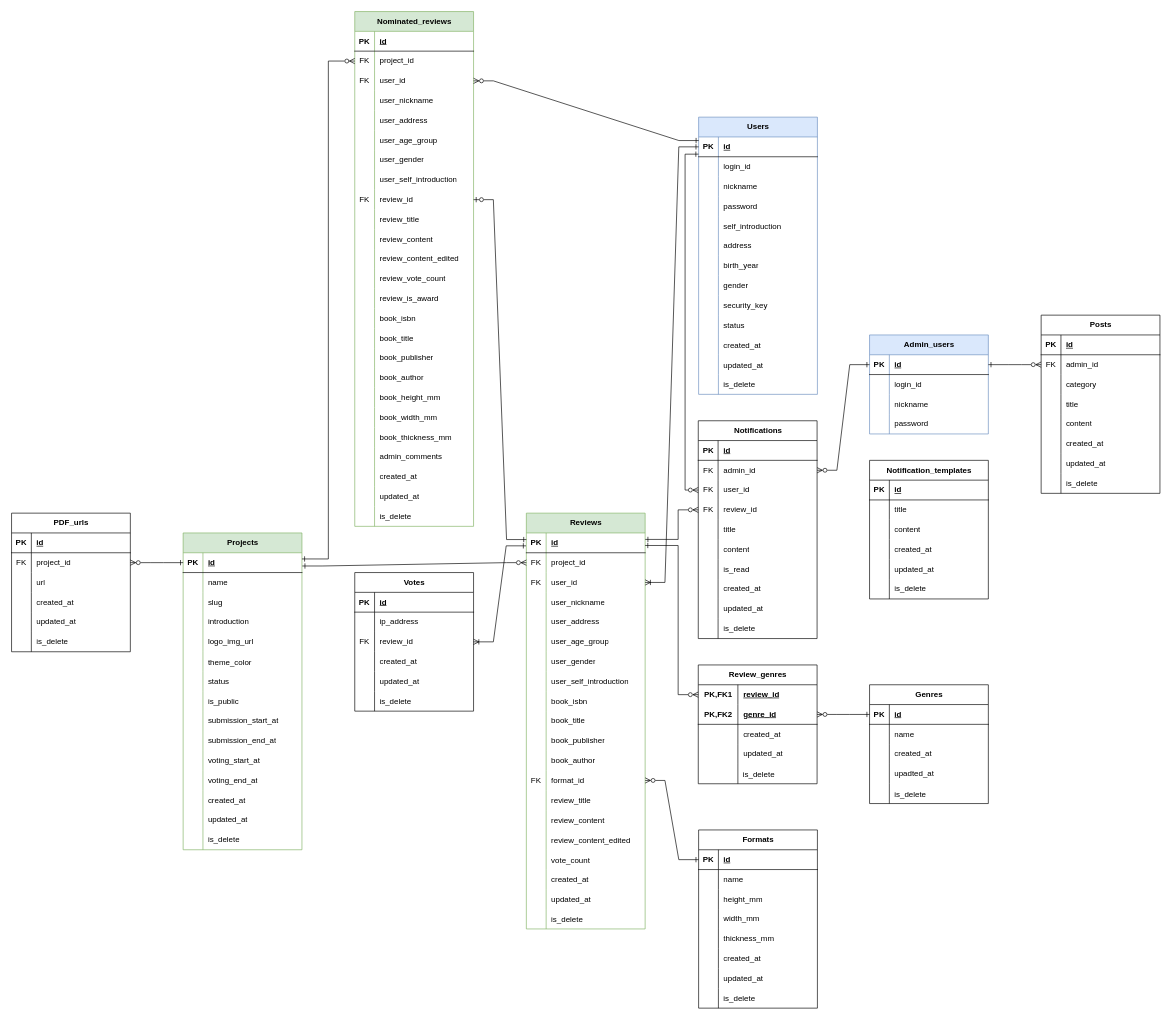
This is ER図.drawio from knagaki1225/zoutohana-documentation, a draw.io file, before an edit. Source tidied: cells renumbered, new cells numbered last; positions are measured from the earlier drawing's top-left corner, leaving out a move shared by most shapes. Both pictures are drawn from the tidied source at 66%, with x=0, y=0 at pixel (11, 11).
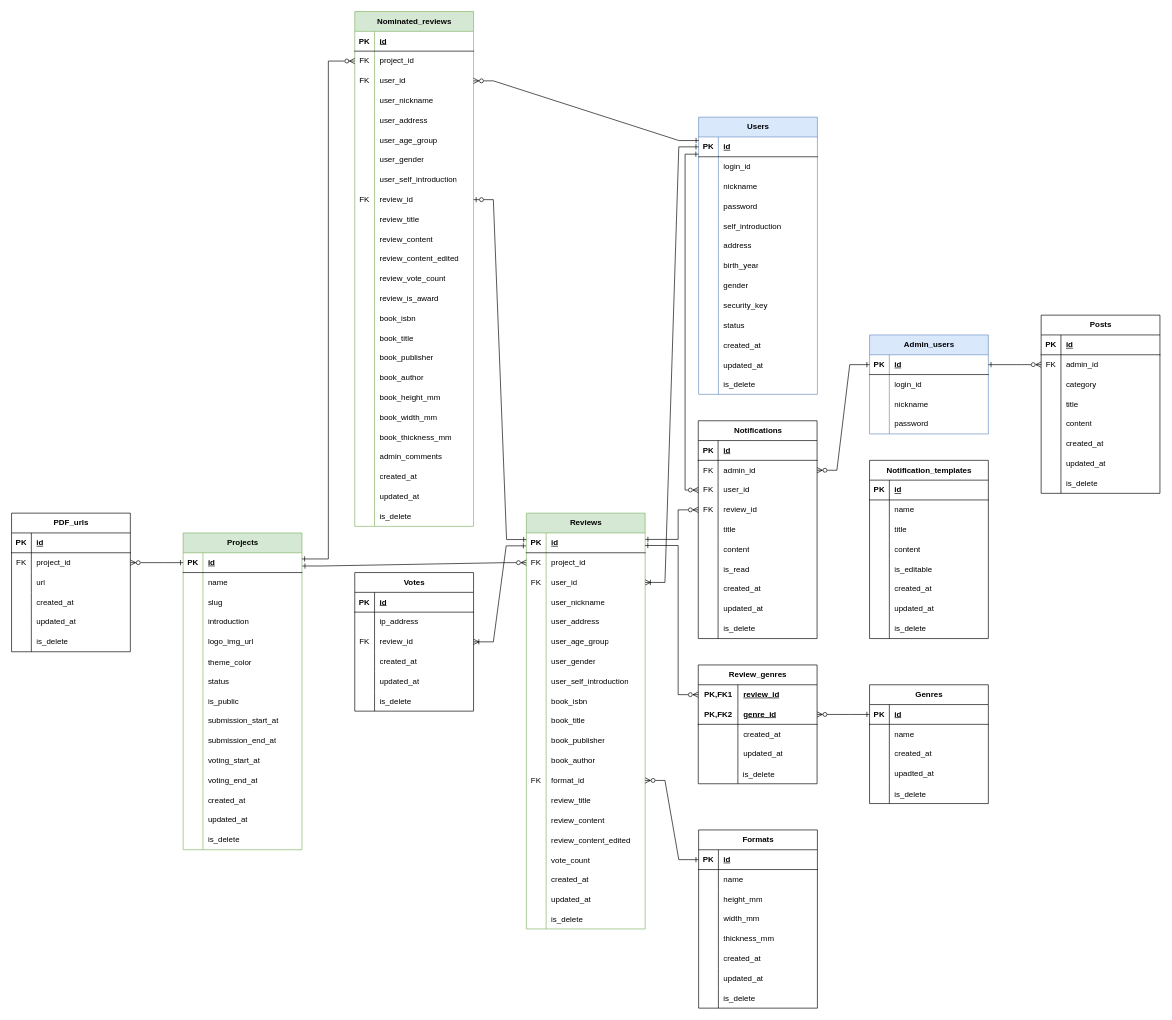
The same page after the edit.

Change to the diagram source:
```diff
@@
     <mxCell id="386" value="Notification_templates" style="shape=table;startSize=30;childLayout=tableLayout;rowLines=0;fontStyle=1;align=center;html=1;" parent="1" vertex="1">
-      <mxGeometry x="1300" y="680" width="180" height="210" as="geometry" />
+      <mxGeometry x="1300" y="680" width="180" height="270" as="geometry" />
     </mxCell>
@@
+    <mxCell id="422" style="shape=tableRow;horizontal=0;startSize=0;swimlaneHead=0;swimlaneBody=0;fillColor=none;top=0;left=0;right=0;bottom=0;" parent="386" vertex="1">
+      <mxGeometry y="60" width="180" height="30" as="geometry" />
+    </mxCell>
+    <mxCell id="423" style="shape=partialRectangle;fillColor=none;top=0;left=0;bottom=0;right=0;overflow=hidden;whiteSpace=wrap;html=1;" parent="422" vertex="1">
+      <mxGeometry width="30" height="30" as="geometry" />
+    </mxCell>
+    <mxCell id="424" value="name" style="shape=partialRectangle;fillColor=none;top=0;left=0;bottom=0;right=0;align=left;spacingLeft=6;overflow=hidden;whiteSpace=wrap;html=1;" parent="422" vertex="1">
+      <mxGeometry x="30" width="150" height="30" as="geometry" />
+    </mxCell>
     <mxCell id="390" style="shape=tableRow;horizontal=0;startSize=0;swimlaneHead=0;swimlaneBody=0;fillColor=none;top=0;left=0;right=0;bottom=0;" parent="386" vertex="1">
-      <mxGeometry y="60" width="180" height="30" as="geometry" />
+      <mxGeometry y="90" width="180" height="30" as="geometry" />
     </mxCell>
@@
     <mxCell id="393" style="shape=tableRow;horizontal=0;startSize=0;swimlaneHead=0;swimlaneBody=0;fillColor=none;top=0;left=0;right=0;bottom=0;" parent="386" vertex="1">
-      <mxGeometry y="90" width="180" height="30" as="geometry" />
+      <mxGeometry y="120" width="180" height="30" as="geometry" />
     </mxCell>
@@
+    <mxCell id="425" style="shape=tableRow;horizontal=0;startSize=0;swimlaneHead=0;swimlaneBody=0;fillColor=none;top=0;left=0;right=0;bottom=0;" parent="386" vertex="1">
+      <mxGeometry y="150" width="180" height="30" as="geometry" />
+    </mxCell>
+    <mxCell id="426" style="shape=partialRectangle;fillColor=none;top=0;left=0;bottom=0;right=0;overflow=hidden;whiteSpace=wrap;html=1;" parent="425" vertex="1">
+      <mxGeometry width="30" height="30" as="geometry" />
+    </mxCell>
+    <mxCell id="427" value="is_editable" style="shape=partialRectangle;fillColor=none;top=0;left=0;bottom=0;right=0;align=left;spacingLeft=6;overflow=hidden;whiteSpace=wrap;html=1;" parent="425" vertex="1">
+      <mxGeometry x="30" width="150" height="30" as="geometry" />
+    </mxCell>
     <mxCell id="396" style="shape=tableRow;horizontal=0;startSize=0;swimlaneHead=0;swimlaneBody=0;fillColor=none;top=0;left=0;right=0;bottom=0;" parent="386" vertex="1">
-      <mxGeometry y="120" width="180" height="30" as="geometry" />
+      <mxGeometry y="180" width="180" height="30" as="geometry" />
     </mxCell>
@@
     <mxCell id="399" style="shape=tableRow;horizontal=0;startSize=0;swimlaneHead=0;swimlaneBody=0;fillColor=none;top=0;left=0;right=0;bottom=0;" parent="386" vertex="1">
-      <mxGeometry y="150" width="180" height="30" as="geometry" />
+      <mxGeometry y="210" width="180" height="30" as="geometry" />
     </mxCell>
@@
     <mxCell id="402" style="shape=tableRow;horizontal=0;startSize=0;swimlaneHead=0;swimlaneBody=0;fillColor=none;top=0;left=0;right=0;bottom=0;" parent="386" vertex="1">
-      <mxGeometry y="180" width="180" height="30" as="geometry" />
+      <mxGeometry y="240" width="180" height="30" as="geometry" />
     </mxCell>
```
